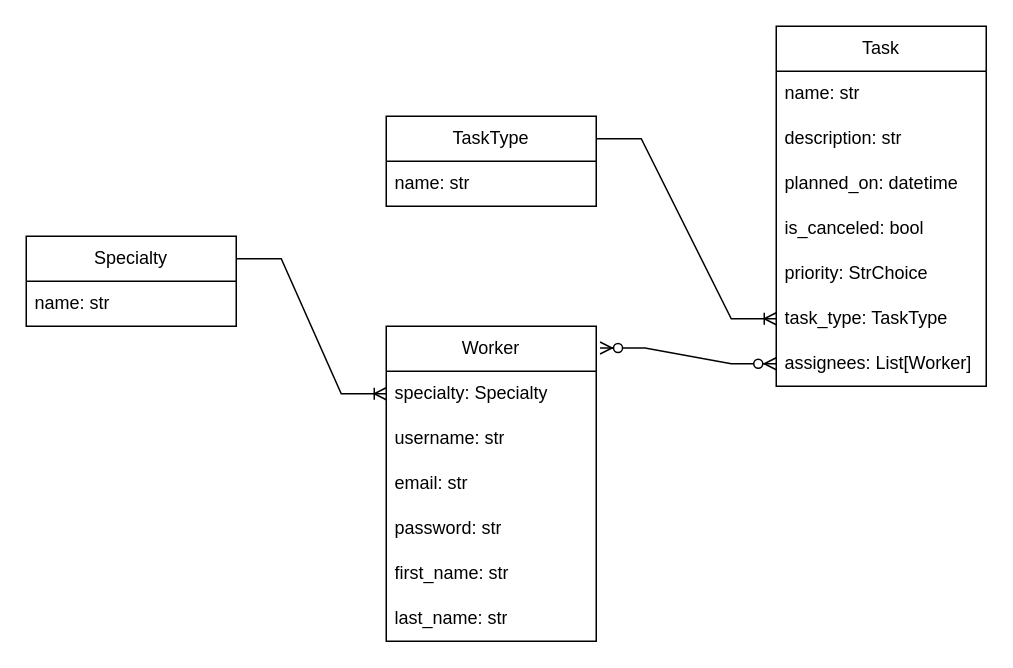
This is hospital-models.drawio from Solyariy/hospital-manager, a draw.io file, before an edit. Source tidied: cells renumbered, new cells numbered last; positions are measured from the earlier drawing's top-left corner, leaving out a move shared by most shapes. Both pictures are drawn from the tidied source at 150%, with x=0, y=0 at pixel (26, 26).
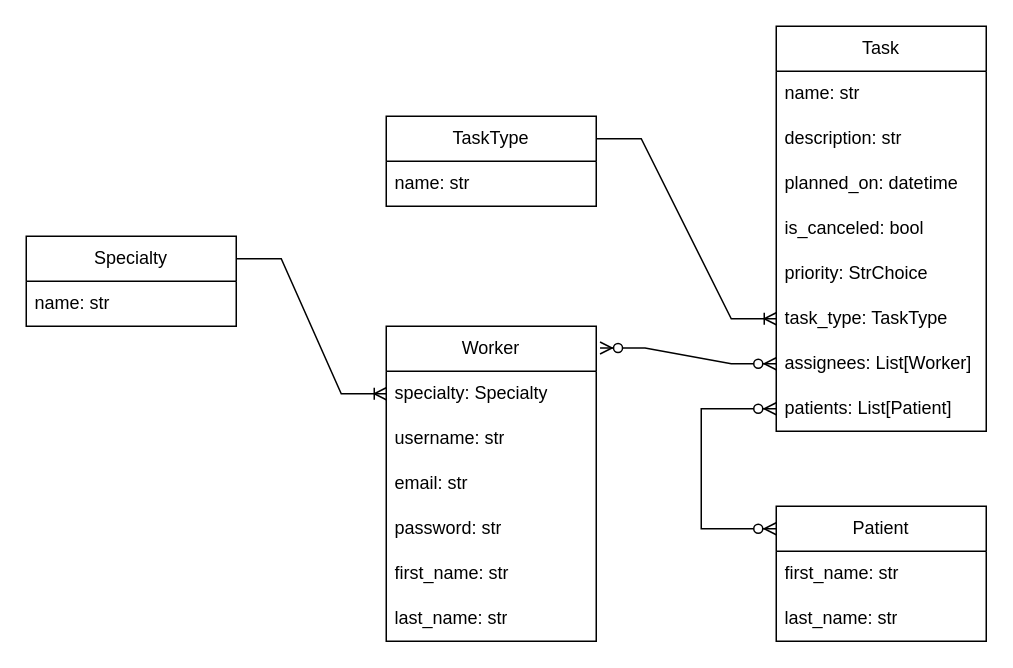
Above is the later version.

Commit message (it also covers changes not shown here):
added basic models: worker, patients, specialty, task_type, task

What changed in the source:
```diff
@@
     <mxCell id="2" value="Task" style="swimlane;fontStyle=0;horizontal=1;startSize=30;whiteSpace=wrap;html=1;labelBackgroundColor=none;" parent="1" vertex="1">
-      <mxGeometry x="500" width="140" height="240" as="geometry" />
+      <mxGeometry x="500" width="140" height="270" as="geometry" />
     </mxCell>
@@
+    <mxCell id="24" value="patients: List[Patient]" style="text;strokeColor=none;fillColor=none;align=left;verticalAlign=middle;spacingLeft=4;spacingRight=4;overflow=hidden;points=[[0,0.5],[1,0.5]];portConstraint=eastwest;whiteSpace=wrap;html=1;labelBackgroundColor=none;" parent="2" vertex="1">
+      <mxGeometry y="240" width="140" height="30" as="geometry" />
+    </mxCell>
@@
+    <mxCell id="25" value="Patient" style="swimlane;fontStyle=0;horizontal=1;startSize=30;whiteSpace=wrap;html=1;" parent="1" vertex="1">
+      <mxGeometry x="500" y="320" width="140" height="90" as="geometry" />
+    </mxCell>
+    <mxCell id="26" value="first_name: str" style="text;strokeColor=none;fillColor=none;align=left;verticalAlign=middle;spacingLeft=4;spacingRight=4;overflow=hidden;whiteSpace=wrap;html=1;" parent="25" vertex="1">
+      <mxGeometry y="30" width="140" height="30" as="geometry" />
+    </mxCell>
+    <mxCell id="27" value="last_name: str" style="text;strokeColor=none;fillColor=none;align=left;verticalAlign=middle;spacingLeft=4;spacingRight=4;overflow=hidden;whiteSpace=wrap;html=1;" parent="25" vertex="1">
+      <mxGeometry y="60" width="140" height="30" as="geometry" />
+    </mxCell>
+    <mxCell id="28" style="edgeStyle=elbowEdgeStyle;fontSize=12;html=1;endArrow=ERzeroToMany;endFill=1;startArrow=ERzeroToMany;rounded=0;exitX=0;exitY=0.5;exitDx=0;exitDy=0;entryX=0;entryY=0.167;entryDx=0;entryDy=0;entryPerimeter=0;" parent="1" edge="1" source="24" target="25">
+      <mxGeometry relative="1" as="geometry">
+        <Array as="points">
+          <mxPoint x="450" y="300" />
+        </Array>
+      </mxGeometry>
+    </mxCell>
```
